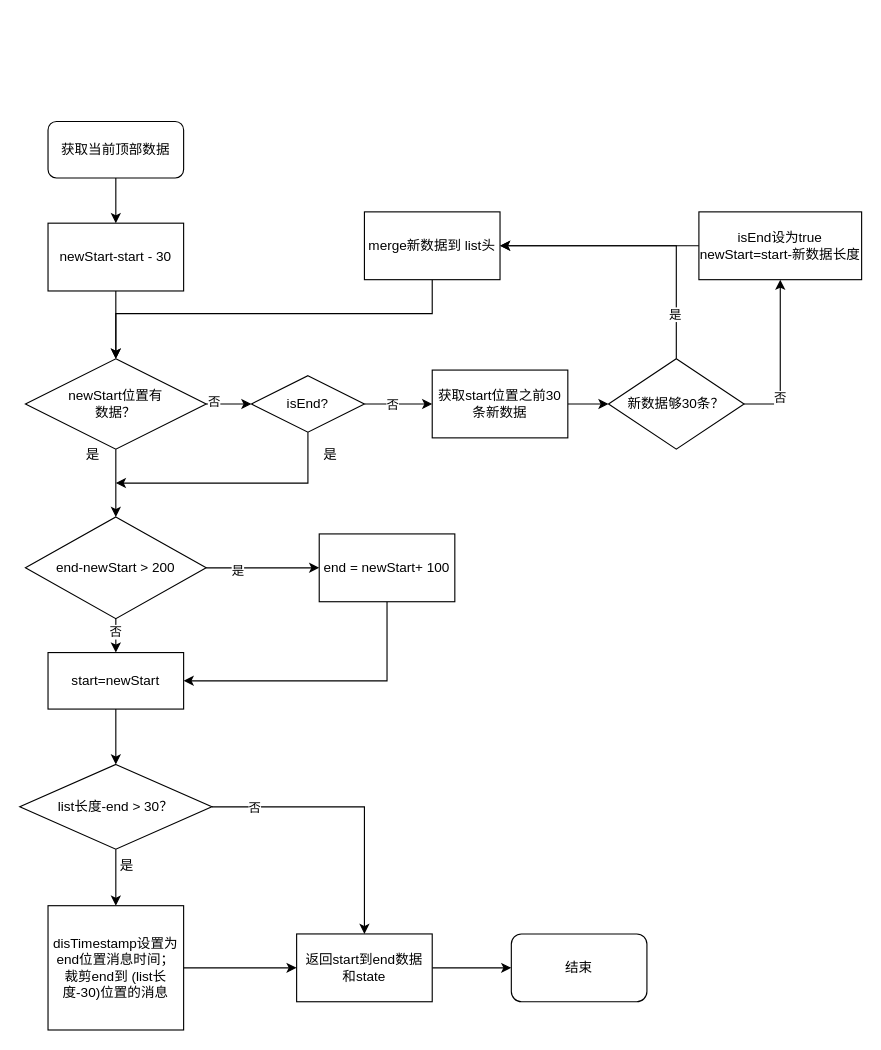
Earlier version of the draw.io diagram 非连续textroom.drawio (ccccccp/draw-io). Source tidied: cells renumbered, new cells numbered last; positions are measured from the earlier drawing's top-left corner, leaving out a move shared by most shapes. Both pictures are drawn from the tidied source at 113%, with x=0, y=0 at pixel (19, 121).
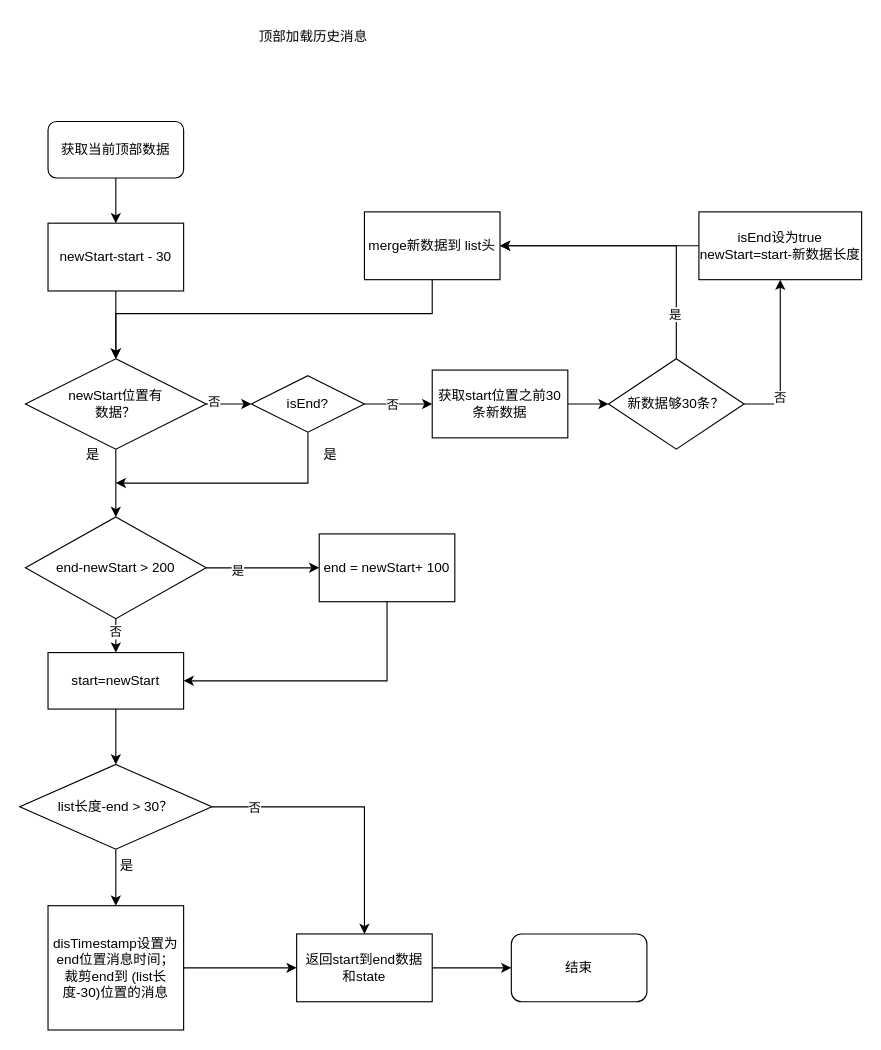
The same diagram, later.

Commit message (it also covers changes not shown here):
更新非连续textroom.drawio

Diff of the diagram source:
```diff
@@
+    <mxCell id="46" value="顶部加载历史消息" style="text;html=1;whiteSpace=wrap;strokeColor=none;fillColor=none;align=center;verticalAlign=middle;rounded=0;" parent="1" vertex="1">
+      <mxGeometry x="170" y="-90" width="180" height="30" as="geometry" />
+    </mxCell>
```
